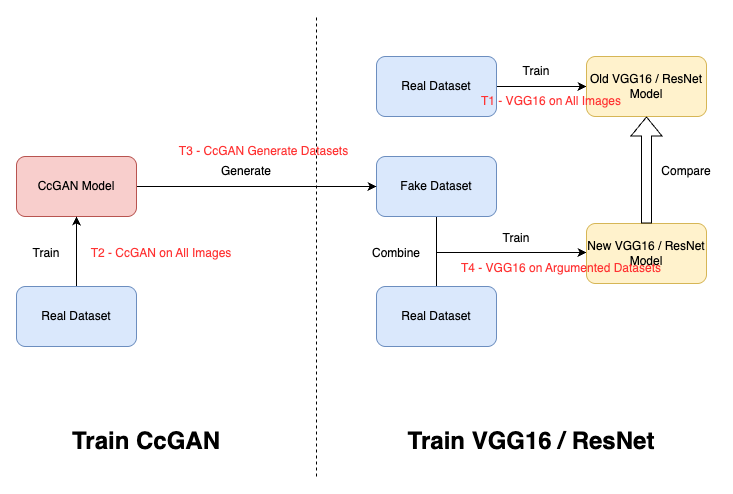
The draw.io diagram flowcharts/main.drawio.png in Zeyu-Xie/Myosotis-CcGAN, before a commit. Source tidied: cells renumbered, new cells last; positions are measured from the earlier drawing's top-left corner, leaving out a move shared by most shapes.
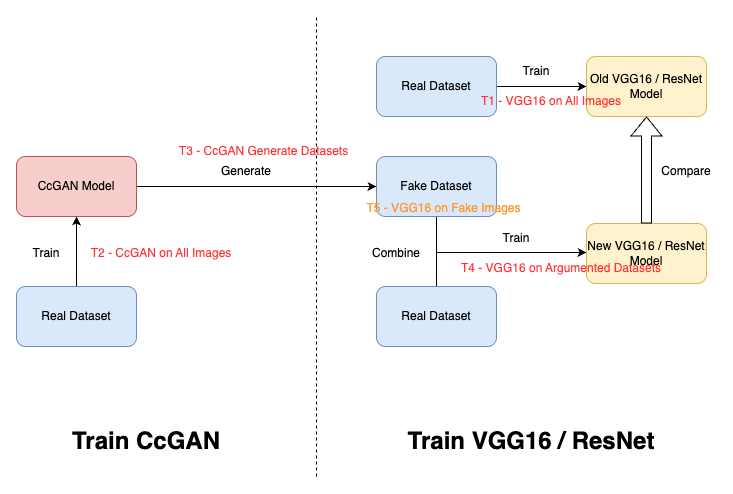
The same diagram one commit later.

The edit, as a diff of the source:
```diff
@@ -86,5 +86,8 @@
     <mxCell id="27" value="T4 - VGG16 on Argumented Datasets" style="text;html=1;align=center;verticalAlign=middle;whiteSpace=wrap;rounded=0;fontColor=#FF3333;" parent="1" vertex="1">
       <mxGeometry x="440" y="237" width="210" height="30" as="geometry" />
     </mxCell>
+    <mxCell id="28" value="T5 - VGG16 on Fake I&lt;span style=&quot;background-color: transparent; color: light-dark(rgb(255, 153, 51), rgb(169, 81, 0));&quot;&gt;mages&lt;/span&gt;" style="text;html=1;align=center;verticalAlign=middle;whiteSpace=wrap;rounded=0;fontColor=#FF9933;" parent="1" vertex="1">
+      <mxGeometry x="340" y="177" width="175" height="30" as="geometry" />
+    </mxCell>
   </root>
 </mxGraphModel>
```
